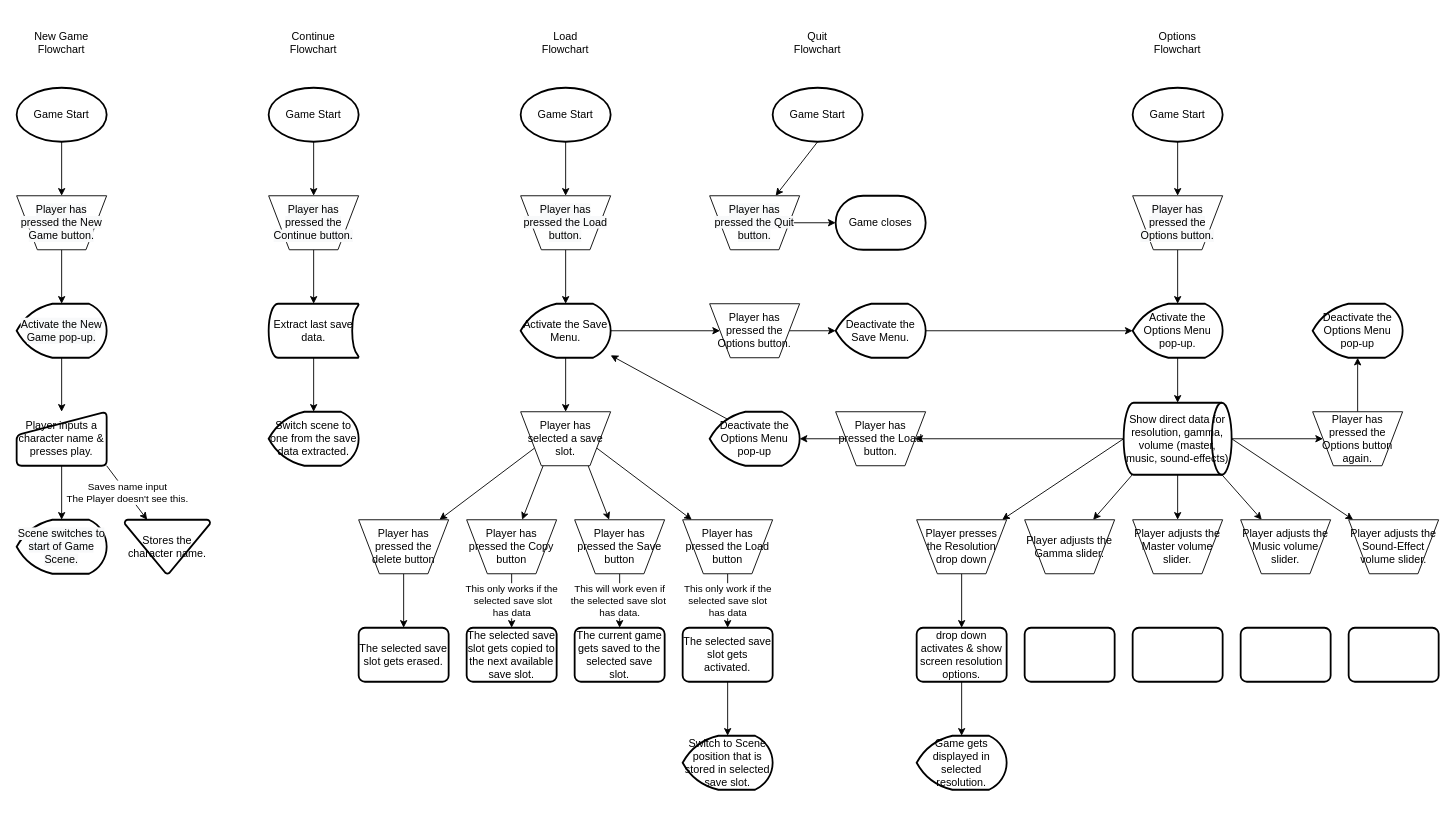
The draw.io diagram page "Flowcharts" (5 of 5) of Informational Technology (Game Design)/Part 2/Cluster - UI Production/Build graphical user interfaces/GUI Design By Richard.drawio in Stampard0/Assessments, before the edit. Source tidied: cells renumbered, new cells numbered last; positions are measured from the earlier drawing's top-left corner, leaving out a move shared by most shapes. Both pictures are drawn from the tidied source at 90%, with x=0, y=0 at pixel (16, 15).
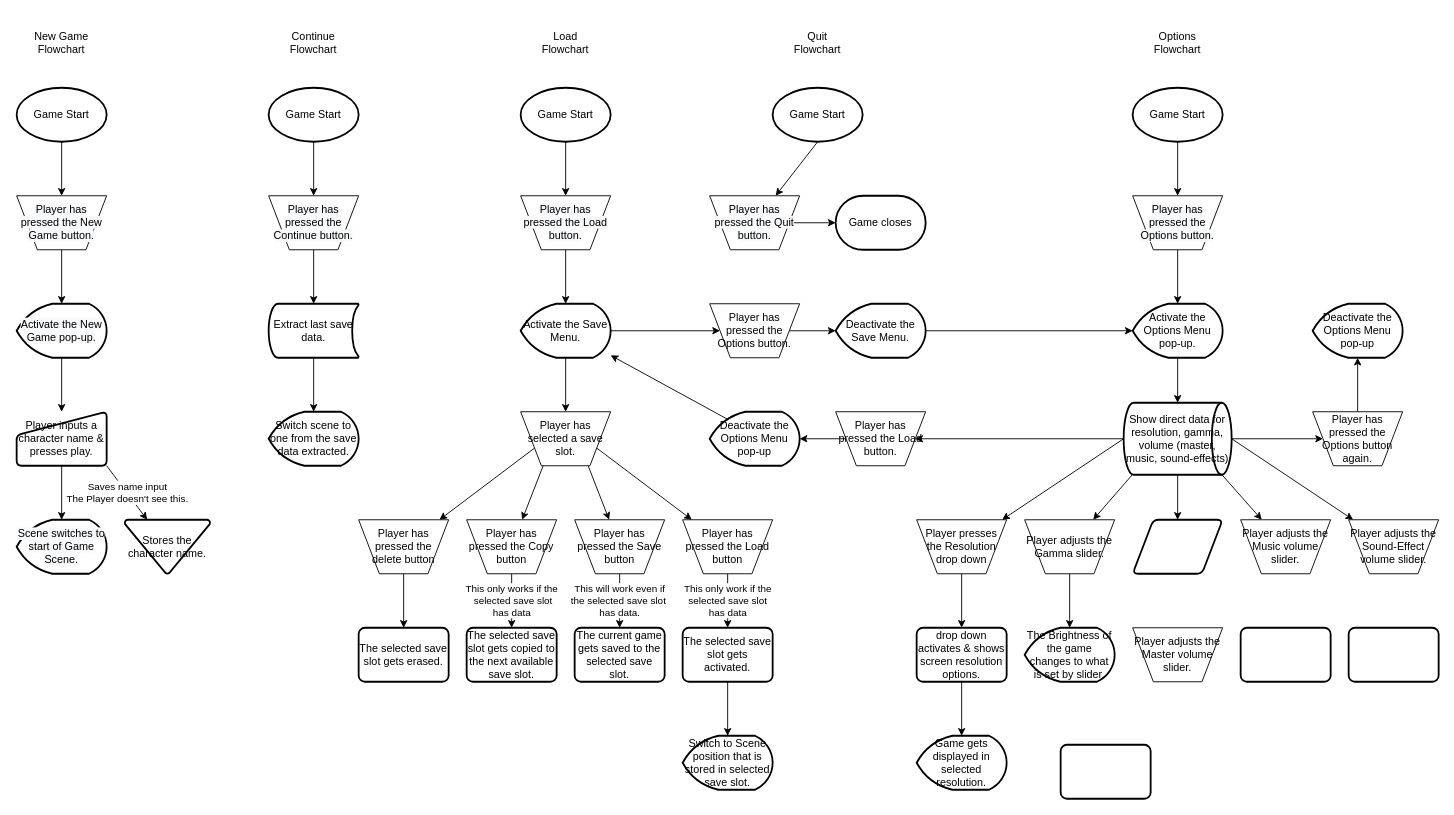
The same diagram, later.

Unchanged cells that the change refers to:
```xml
<mxCell id="68" value="Show direct data for resolution, gamma, volume (master, music, sound-effects)" style="strokeWidth=2;html=1;shape=mxgraph.flowchart.direct_data;whiteSpace=wrap;" parent="1" vertex="1">
  <mxGeometry x="1230" y="430" width="120" height="80" as="geometry" />
</mxCell>
<mxCell id="74" value="Player adjusts the Gamma slider." style="verticalLabelPosition=middle;verticalAlign=middle;html=1;shape=trapezoid;perimeter=trapezoidPerimeter;whiteSpace=wrap;size=0.23;arcSize=10;flipV=1;labelPosition=center;align=center;" parent="1" vertex="1">
  <mxGeometry x="1120" y="560" width="100" height="60" as="geometry" />
</mxCell>
```

Diff of the diagram source:
```diff
@@
-    <mxCell id="61" style="edgeStyle=none;rounded=0;jettySize=auto;html=1;exitX=0.5;exitY=1;exitDx=0;exitDy=0;exitPerimeter=0;strokeColor=#000000;fillColor=#000000;" parent="1" edge="1" source="68" target="73">
-      <mxGeometry relative="1" as="geometry" />
-    </mxCell>
@@
+    <mxCell id="94" style="edgeStyle=orthogonalEdgeStyle;rounded=0;jettySize=auto;html=1;exitX=0.5;exitY=1;exitDx=0;exitDy=0;exitPerimeter=0;fontColor=#000000;strokeColor=#000000;" parent="1" edge="1" source="68" target="97">
+      <mxGeometry relative="1" as="geometry" />
+    </mxCell>
@@
     <mxCell id="73" value="Player adjusts the Master volume slider." style="verticalLabelPosition=middle;verticalAlign=middle;html=1;shape=trapezoid;perimeter=trapezoidPerimeter;whiteSpace=wrap;size=0.23;arcSize=10;flipV=1;labelPosition=center;align=center;" parent="1" vertex="1">
-      <mxGeometry x="1240" y="560" width="100" height="60" as="geometry" />
+      <mxGeometry x="1240" y="680" width="100" height="60" as="geometry" />
     </mxCell>
+    <mxCell id="95" style="edgeStyle=orthogonalEdgeStyle;rounded=0;jettySize=auto;html=1;exitX=0.5;exitY=1;exitDx=0;exitDy=0;fontColor=#000000;strokeColor=#000000;" parent="1" edge="1" source="74" target="96">
+      <mxGeometry relative="1" as="geometry" />
+    </mxCell>
@@
-    <mxCell id="75" style="rounded=1;whiteSpace=wrap;html=1;absoluteArcSize=1;arcSize=14;strokeWidth=2;" parent="1" vertex="1">
-      <mxGeometry x="1120" y="680" width="100" height="60" as="geometry" />
-    </mxCell>
     <mxCell id="76" style="rounded=1;whiteSpace=wrap;html=1;absoluteArcSize=1;arcSize=14;strokeWidth=2;" parent="1" vertex="1">
-      <mxGeometry x="1240" y="680" width="100" height="60" as="geometry" />
+      <mxGeometry x="1160" y="810" width="100" height="60" as="geometry" />
     </mxCell>
@@
-    <mxCell id="82" value="drop down activates &amp;amp; show screen resolution options." style="rounded=1;whiteSpace=wrap;html=1;absoluteArcSize=1;arcSize=14;strokeWidth=2;" parent="1" vertex="1">
+    <mxCell id="82" value="drop down activates &amp;amp; shows screen resolution options." style="rounded=1;whiteSpace=wrap;html=1;absoluteArcSize=1;arcSize=14;strokeWidth=2;" parent="1" vertex="1">
       <mxGeometry x="1000" y="680" width="100" height="60" as="geometry" />
     </mxCell>
@@
+    <mxCell id="96" value="The Brightness of the game changes to what is set by slider." style="strokeWidth=2;html=1;shape=mxgraph.flowchart.display;whiteSpace=wrap;fontColor=#000000;" parent="1" vertex="1">
+      <mxGeometry x="1120" y="680" width="100" height="60" as="geometry" />
+    </mxCell>
+    <mxCell id="97" style="shape=parallelogram;html=1;strokeWidth=2;perimeter=parallelogramPerimeter;whiteSpace=wrap;rounded=1;arcSize=12;size=0.23;fontColor=#000000;" parent="1" vertex="1">
+      <mxGeometry x="1240" y="560" width="100" height="60" as="geometry" />
+    </mxCell>
```
